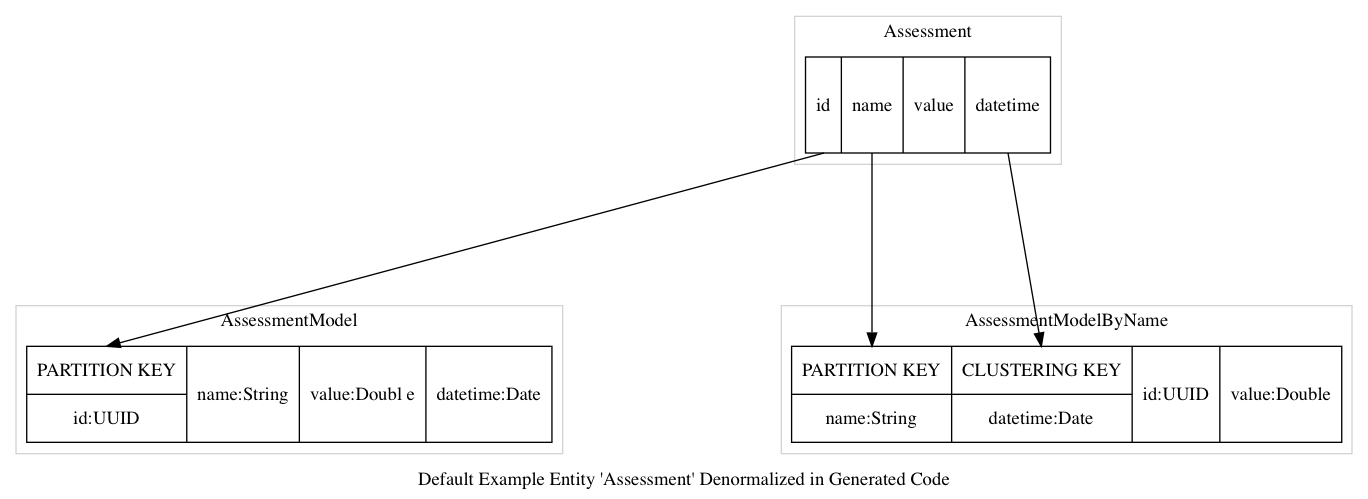
Before: docs/denorm.png, a diagram exported from Graphviz (navicore/akka-http-phantom.g8). Its source is kept beside it as docs/denorm.dot. Its diagram source:
```dot
digraph structs {

  nodesep=2.5; ranksep=2.0;
  label="Default Example Entity 'Assessment' Denormalized in Generated Code"

  node [shape=record,width=1,height=1];
  splines=false

  subgraph cluster0 {
    label = "Assessment";
    color=lightgrey;
    assessment [shape=record,label="<f0> id | <f1> name | <f2> value | <f3> datetime " ,height=1];
  }

  subgraph cluster1 {
    label = "AssessmentModel";
    color=lightgrey;
    model1 [shape=record,label="{<f0> PARTITION KEY | { id:UUID } }| <f1> name:String |<f2> value:Doubl e|<f3> datetime:Date"];
  }

  subgraph cluster2 {
    label = "AssessmentModelByName";
    color=lightgrey;
    model2 [shape=record,label=" {<f1> PARTITION KEY | { name:String } } | { <f3> CLUSTERING KEY | { datetime:Date } } | <f0> id:UUID | <f2> value:Double "];
  }

  assessment:f0 -> model1:f0;
  assessment:f1 -> model2:f1;
  assessment:f3 -> model2:f3;

}
```
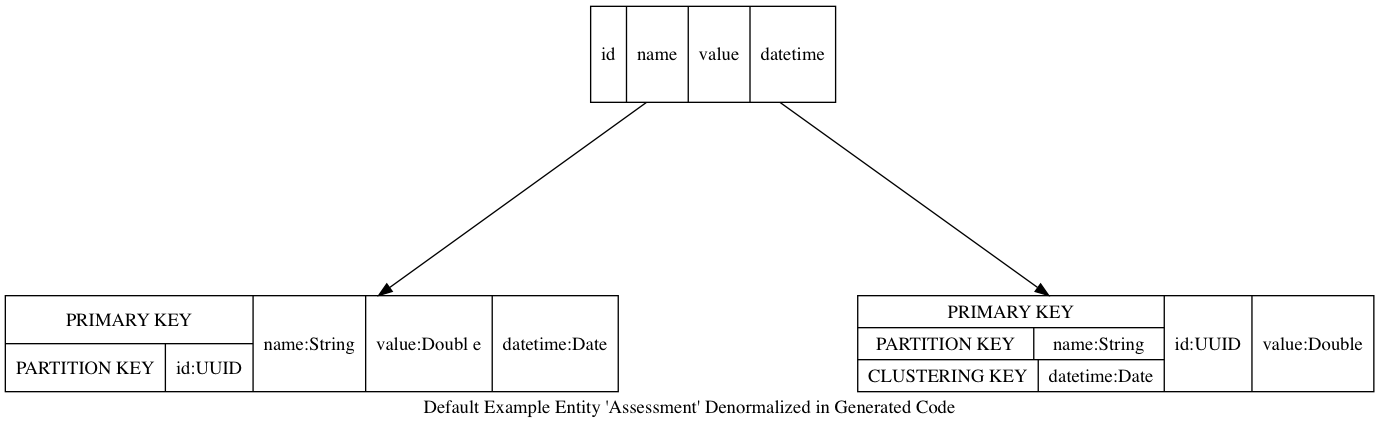
The same diagram one commit later.

Diff of the diagram source:
```diff
@@ -15,17 +15,19 @@
   subgraph cluster1 {
     label = "AssessmentModel";
     color=lightgrey;
-    model1 [shape=record,label="{<f0> PARTITION KEY | { id:UUID } }| <f1> name:String |<f2> value:Doubl e|<f3> datetime:Date"];
+    model1 [shape=record,label="{ PRIMARY KEY | {<f0> PARTITION KEY | { id:UUID } } } | <f1> name:String |<f2> value:Doubl e|<f3> datetime:Date"];
   }
 
   subgraph cluster2 {
     label = "AssessmentModelByName";
     color=lightgrey;
-    model2 [shape=record,label=" {<f1> PARTITION KEY | { name:String } } | { <f3> CLUSTERING KEY | { datetime:Date } } | <f0> id:UUID | <f2> value:Double "];
+    model2 [shape=record,label="{ PRIMARY KEY | {<f1> PARTITION KEY | { name:String } } | { <f3> CLUSTERING KEY | { datetime:Date } } } | <f0> id:UUID | <f2> value:Double "];
   }
 
-  assessment:f0 -> model1:f0;
-  assessment:f1 -> model2:f1;
-  assessment:f3 -> model2:f3;
+  { rank = same; "assessment"; }
+  { rank = same; "model1"; }
+  { rank = same; "model2"; }
+  assessment -> model1;
+  assessment -> model2;
 
 }
```
